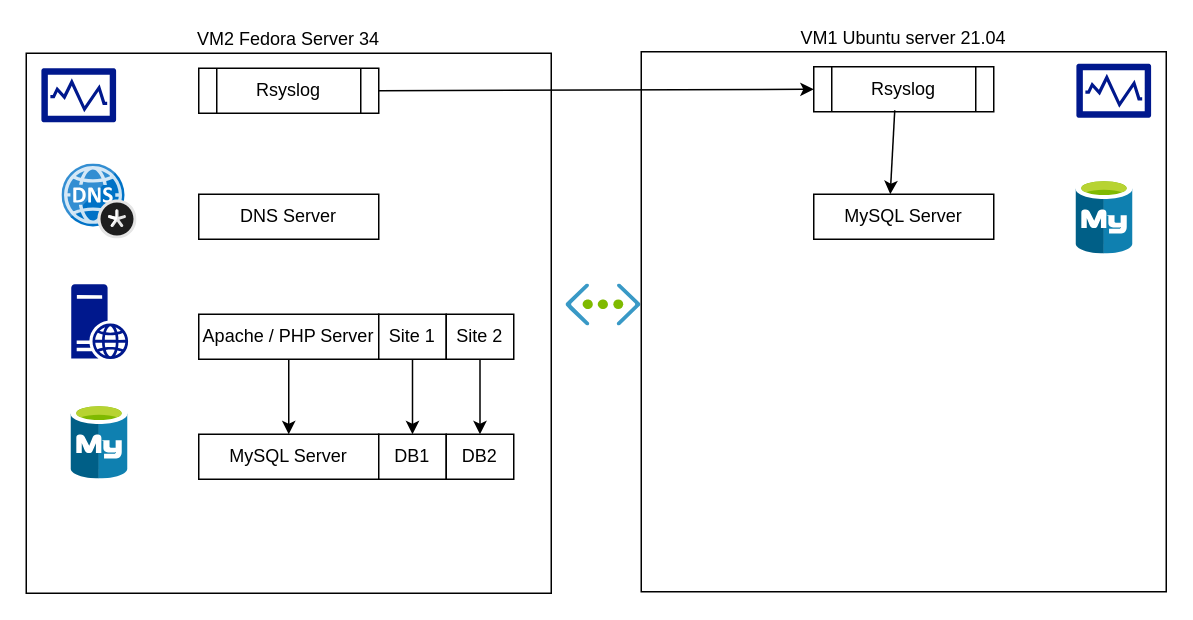
The draw.io diagram linux/serveur_dev_web/plan_reseau.drawio in fabrice1618/documents, before the edit. Source tidied: cells renumbered, new cells numbered last; positions are measured from the earlier drawing's top-left corner, leaving out a move shared by most shapes. Both pictures are drawn from the tidied source at 150%, with x=0, y=0 at pixel (26, 51).
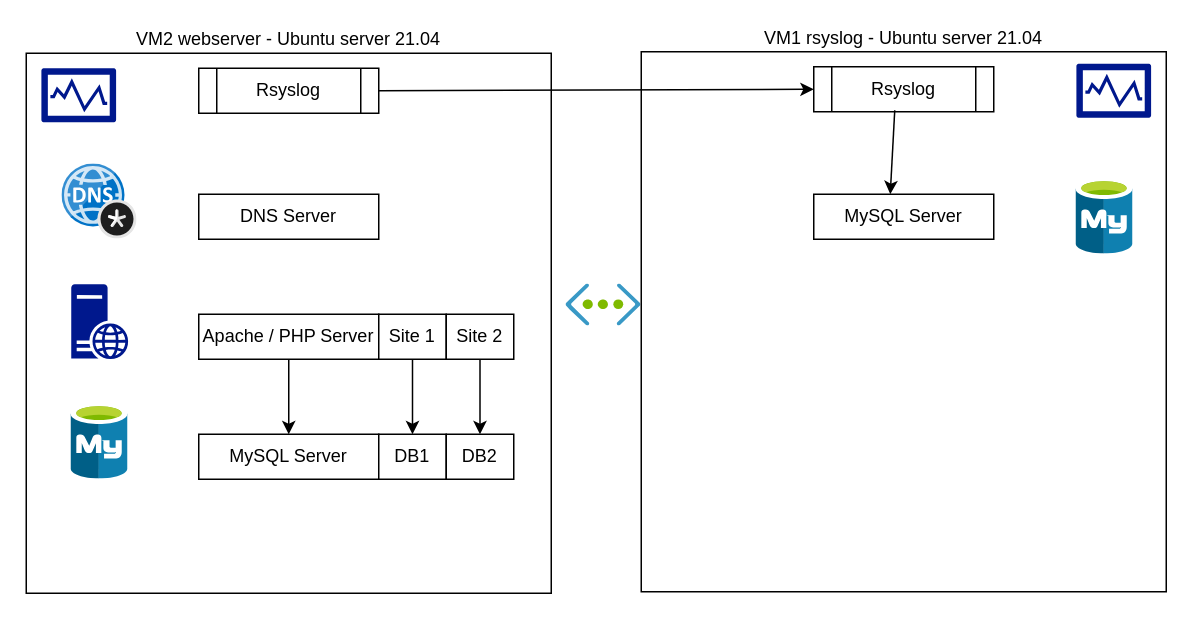
After the change.

Change to the diagram source:
```diff
@@
-    <mxCell id="2" value="VM2 Fedora Server 34" style="rounded=0;whiteSpace=wrap;html=1;labelPosition=center;verticalLabelPosition=top;align=center;verticalAlign=bottom;" parent="1" vertex="1">
+    <mxCell id="2" value="VM2 webserver - Ubuntu server 21.04" style="rounded=0;whiteSpace=wrap;html=1;labelPosition=center;verticalLabelPosition=top;align=center;verticalAlign=bottom;" parent="1" vertex="1">
       <mxGeometry y="1" width="350" height="360" as="geometry" />
     </mxCell>
@@
-    <mxCell id="12" value="VM1&amp;nbsp;Ubuntu server 21.04" style="rounded=0;whiteSpace=wrap;html=1;labelPosition=center;verticalLabelPosition=top;align=center;verticalAlign=bottom;" parent="1" vertex="1">
+    <mxCell id="12" value="VM1 rsyslog -&amp;nbsp;Ubuntu server 21.04" style="rounded=0;whiteSpace=wrap;html=1;labelPosition=center;verticalLabelPosition=top;align=center;verticalAlign=bottom;" parent="1" vertex="1">
       <mxGeometry x="410" width="350" height="360" as="geometry" />
     </mxCell>
```
